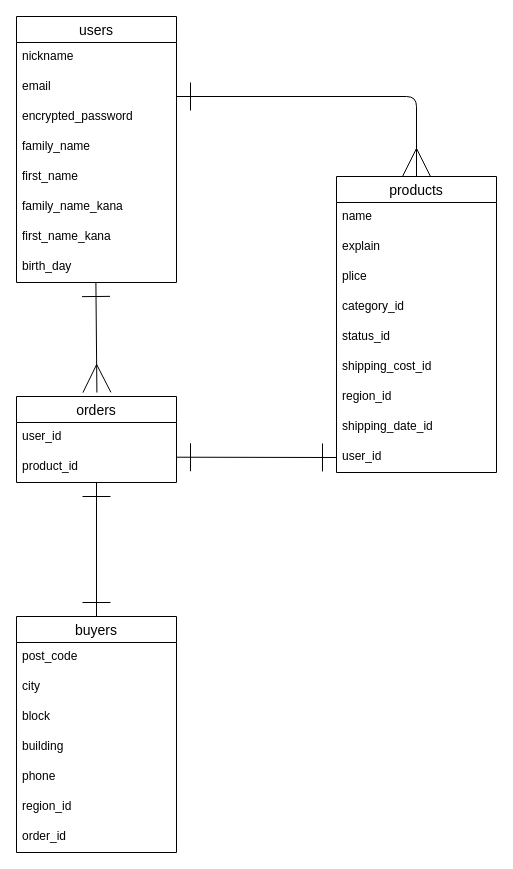
Earlier version of the draw.io diagram .dio (miyamotomizuki/furima-39341). Source tidied: cells renumbered, new cells numbered last; positions are measured from the earlier drawing's top-left corner, leaving out a move shared by most shapes. Both pictures are drawn from the tidied source at 100%, with x=0, y=0 at pixel (16, 16).
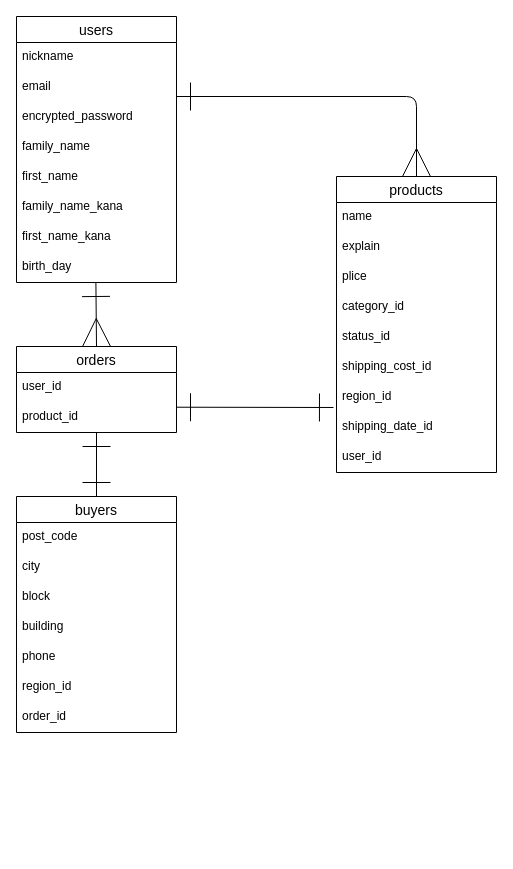
Above is the later version.

Commit message:
ER図　配置修正

The change refers to these unchanged cells:
```xml
<mxCell id="13" value="product_id" style="text;strokeColor=none;fillColor=none;spacingLeft=4;spacingRight=4;overflow=hidden;points=[[0,0.5],[1,0.5]];portConstraint=eastwest;fontSize=12;" parent="11" vertex="1">
  <mxGeometry y="56" width="160" height="30" as="geometry" />
</mxCell>
<mxCell id="32" value="shipping_date_id" style="text;strokeColor=none;fillColor=none;spacingLeft=4;spacingRight=4;overflow=hidden;points=[[0,0.5],[1,0.5]];portConstraint=eastwest;fontSize=12;" parent="24" vertex="1">
  <mxGeometry y="236" width="160" height="30" as="geometry" />
</mxCell>
<mxCell id="33" value="user_id" style="text;strokeColor=none;fillColor=none;spacingLeft=4;spacingRight=4;overflow=hidden;points=[[0,0.5],[1,0.5]];portConstraint=eastwest;fontSize=12;" parent="24" vertex="1">
  <mxGeometry y="266" width="160" height="30" as="geometry" />
</mxCell>
```

What changed in the source:
```diff
@@
     <mxCell id="11" value="orders" style="swimlane;fontStyle=0;horizontal=1;startSize=26;align=center;fontSize=14;" parent="1" vertex="1">
-      <mxGeometry y="380" width="160" height="86" as="geometry" />
+      <mxGeometry y="330" width="160" height="86" as="geometry" />
     </mxCell>
@@
     <mxCell id="14" value="buyers" style="swimlane;fontStyle=0;horizontal=1;startSize=26;align=center;fontSize=14;" parent="1" vertex="1">
-      <mxGeometry y="600" width="160" height="236" as="geometry" />
+      <mxGeometry y="480" width="160" height="236" as="geometry" />
     </mxCell>
@@
     <mxCell id="23" style="edgeStyle=none;jumpStyle=line;jumpSize=1;html=1;strokeWidth=1;endArrow=ERmany;endFill=0;startSize=26;endSize=26;startArrow=ERone;startFill=0;" parent="1" edge="1">
       <mxGeometry relative="1" as="geometry">
         <mxPoint x="79.4" y="266" as="sourcePoint" />
-        <mxPoint x="80.4" y="376" as="targetPoint" />
+        <mxPoint x="80" y="330" as="targetPoint" />
       </mxGeometry>
     </mxCell>
@@
-    <mxCell id="35" style="edgeStyle=none;jumpStyle=line;jumpSize=1;html=1;exitX=0;exitY=0.5;exitDx=0;exitDy=0;entryX=1;entryY=0.157;entryDx=0;entryDy=0;entryPerimeter=0;strokeWidth=1;startArrow=ERone;startFill=0;endArrow=ERone;endFill=0;startSize=26;endSize=26;" parent="1" edge="1" source="33" target="13">
+    <mxCell id="35" style="edgeStyle=none;jumpStyle=line;jumpSize=1;html=1;exitX=-0.019;exitY=-0.167;exitDx=0;exitDy=0;entryX=1;entryY=0.157;entryDx=0;entryDy=0;entryPerimeter=0;strokeWidth=1;startArrow=ERone;startFill=0;endArrow=ERone;endFill=0;startSize=26;endSize=26;exitPerimeter=0;" parent="1" edge="1" source="32" target="13">
       <mxGeometry relative="1" as="geometry" />
     </mxCell>
```
